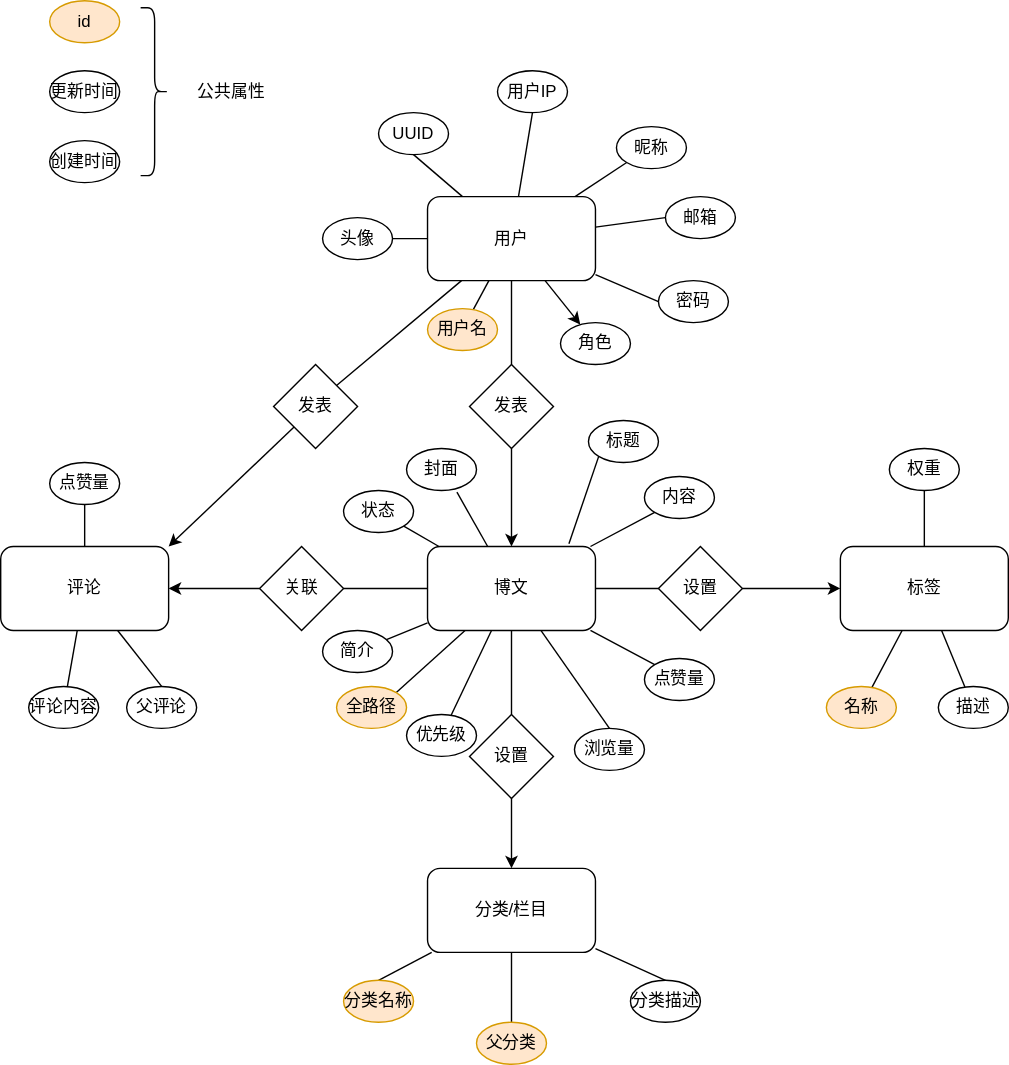
Before: blog/博客/draw/ER.drawio.svg, a diagram exported from draw.io (Estom/notes). Source tidied: cells renumbered, new cells last; positions are measured from the earlier drawing's top-left corner, leaving out a move shared by most shapes. Source of this version:
```xml
<mxGraphModel>
  <root>
    <mxCell id="0" />
    <mxCell id="1" parent="0" />
    <mxCell id="2" style="edgeStyle=none;html=1;entryX=0.5;entryY=0;entryDx=0;entryDy=0;startArrow=none;" parent="1" edge="1" source="50" target="29">
      <mxGeometry relative="1" as="geometry" />
    </mxCell>
    <mxCell id="3" style="edgeStyle=none;html=1;entryX=1;entryY=0;entryDx=0;entryDy=0;startArrow=none;" parent="1" edge="1" source="62" target="54">
      <mxGeometry relative="1" as="geometry" />
    </mxCell>
    <mxCell id="4" style="edgeStyle=none;html=1;entryX=0.5;entryY=1;entryDx=0;entryDy=0;endArrow=none;endFill=0;" parent="1" edge="1" source="12" target="42">
      <mxGeometry relative="1" as="geometry" />
    </mxCell>
    <mxCell id="5" style="edgeStyle=none;html=1;entryX=1;entryY=0.5;entryDx=0;entryDy=0;endArrow=none;endFill=0;" parent="1" edge="1" source="12" target="39">
      <mxGeometry relative="1" as="geometry" />
    </mxCell>
    <mxCell id="6" style="edgeStyle=none;html=1;entryX=0;entryY=0.5;entryDx=0;entryDy=0;endArrow=none;endFill=0;" parent="1" edge="1" source="12" target="15">
      <mxGeometry relative="1" as="geometry" />
    </mxCell>
    <mxCell id="7" style="edgeStyle=none;html=1;entryX=0;entryY=0.5;entryDx=0;entryDy=0;endArrow=none;endFill=0;" parent="1" edge="1" source="12" target="38">
      <mxGeometry relative="1" as="geometry" />
    </mxCell>
    <mxCell id="8" style="edgeStyle=none;html=1;entryX=0.5;entryY=1;entryDx=0;entryDy=0;endArrow=none;endFill=0;" parent="1" edge="1" source="12" target="75">
      <mxGeometry relative="1" as="geometry" />
    </mxCell>
    <mxCell id="9" style="edgeStyle=none;html=1;entryX=0;entryY=1;entryDx=0;entryDy=0;endArrow=none;endFill=0;" parent="1" edge="1" source="12" target="14">
      <mxGeometry relative="1" as="geometry" />
    </mxCell>
    <mxCell id="10" style="edgeStyle=none;html=1;" parent="1" edge="1" source="12" target="76">
      <mxGeometry relative="1" as="geometry" />
    </mxCell>
    <mxCell id="11" style="edgeStyle=none;html=1;endArrow=none;endFill=0;" parent="1" edge="1" source="12" target="81">
      <mxGeometry relative="1" as="geometry" />
    </mxCell>
    <mxCell id="12" value="用户" style="rounded=1;whiteSpace=wrap;html=1;" parent="1" vertex="1">
      <mxGeometry x="305" y="140" width="120" height="60" as="geometry" />
    </mxCell>
    <mxCell id="13" value="id" style="ellipse;whiteSpace=wrap;html=1;fillColor=#ffe6cc;strokeColor=#d79b00;fillStyle=auto;" parent="1" vertex="1">
      <mxGeometry x="35" width="50" height="30" as="geometry" />
    </mxCell>
    <mxCell id="14" value="昵称" style="ellipse;whiteSpace=wrap;html=1;" parent="1" vertex="1">
      <mxGeometry x="440" y="90" width="50" height="30" as="geometry" />
    </mxCell>
    <mxCell id="15" value="邮箱" style="ellipse;whiteSpace=wrap;html=1;" parent="1" vertex="1">
      <mxGeometry x="475" y="140" width="50" height="30" as="geometry" />
    </mxCell>
    <mxCell id="16" style="edgeStyle=none;html=1;startArrow=none;" parent="1" edge="1" source="56" target="37">
      <mxGeometry relative="1" as="geometry" />
    </mxCell>
    <mxCell id="17" style="edgeStyle=none;html=1;startArrow=none;" parent="1" edge="1" source="58" target="33">
      <mxGeometry relative="1" as="geometry" />
    </mxCell>
    <mxCell id="18" style="edgeStyle=none;html=1;entryX=1;entryY=0.5;entryDx=0;entryDy=0;startArrow=none;" parent="1" edge="1" source="60" target="54">
      <mxGeometry relative="1" as="geometry" />
    </mxCell>
    <mxCell id="19" style="edgeStyle=none;html=1;entryX=0.5;entryY=1;entryDx=0;entryDy=0;strokeColor=none;startArrow=none;" parent="1" edge="1" source="67">
      <mxGeometry relative="1" as="geometry">
        <mxPoint x="35" y="555" as="targetPoint" />
      </mxGeometry>
    </mxCell>
    <mxCell id="20" style="edgeStyle=none;html=1;exitX=0.842;exitY=-0.033;exitDx=0;exitDy=0;entryX=0;entryY=1;entryDx=0;entryDy=0;exitPerimeter=0;endArrow=none;endFill=0;" parent="1" edge="1" source="29" target="43">
      <mxGeometry relative="1" as="geometry" />
    </mxCell>
    <mxCell id="21" style="edgeStyle=none;html=1;entryX=0;entryY=0;entryDx=0;entryDy=0;endArrow=none;endFill=0;" parent="1" edge="1" source="29" target="45">
      <mxGeometry relative="1" as="geometry" />
    </mxCell>
    <mxCell id="22" style="edgeStyle=none;html=1;entryX=0.5;entryY=0;entryDx=0;entryDy=0;endArrow=none;endFill=0;" parent="1" edge="1" source="29" target="46">
      <mxGeometry relative="1" as="geometry" />
    </mxCell>
    <mxCell id="23" style="edgeStyle=none;html=1;endArrow=none;endFill=0;" parent="1" edge="1" source="29" target="47">
      <mxGeometry relative="1" as="geometry" />
    </mxCell>
    <mxCell id="24" style="edgeStyle=none;html=1;entryX=1;entryY=0;entryDx=0;entryDy=0;endArrow=none;endFill=0;" parent="1" edge="1" source="29" target="48">
      <mxGeometry relative="1" as="geometry" />
    </mxCell>
    <mxCell id="25" style="edgeStyle=none;html=1;entryX=0;entryY=1;entryDx=0;entryDy=0;endArrow=none;endFill=0;" parent="1" edge="1" source="29" target="44">
      <mxGeometry relative="1" as="geometry" />
    </mxCell>
    <mxCell id="26" style="edgeStyle=none;html=1;endArrow=none;endFill=0;" parent="1" edge="1" source="29" target="77">
      <mxGeometry relative="1" as="geometry" />
    </mxCell>
    <mxCell id="27" style="edgeStyle=none;html=1;endArrow=none;endFill=0;" parent="1" edge="1" source="29" target="80">
      <mxGeometry relative="1" as="geometry" />
    </mxCell>
    <mxCell id="28" style="edgeStyle=none;html=1;entryX=0.72;entryY=1.04;entryDx=0;entryDy=0;entryPerimeter=0;endArrow=none;endFill=0;" parent="1" edge="1" source="29" target="78">
      <mxGeometry relative="1" as="geometry" />
    </mxCell>
    <mxCell id="29" value="博文" style="rounded=1;whiteSpace=wrap;html=1;" parent="1" vertex="1">
      <mxGeometry x="305" y="390" width="120" height="60" as="geometry" />
    </mxCell>
    <mxCell id="30" style="edgeStyle=none;html=1;entryX=0.5;entryY=0;entryDx=0;entryDy=0;endArrow=none;endFill=0;" parent="1" edge="1" source="33" target="70">
      <mxGeometry relative="1" as="geometry" />
    </mxCell>
    <mxCell id="31" style="edgeStyle=none;html=1;entryX=0.5;entryY=0;entryDx=0;entryDy=0;endArrow=none;endFill=0;" parent="1" edge="1" source="33" target="69">
      <mxGeometry relative="1" as="geometry" />
    </mxCell>
    <mxCell id="32" style="edgeStyle=none;html=1;entryX=0.5;entryY=0;entryDx=0;entryDy=0;endArrow=none;endFill=0;" parent="1" edge="1" source="33" target="68">
      <mxGeometry relative="1" as="geometry" />
    </mxCell>
    <mxCell id="33" value="分类/栏目" style="rounded=1;whiteSpace=wrap;html=1;" parent="1" vertex="1">
      <mxGeometry x="305" y="620" width="120" height="60" as="geometry" />
    </mxCell>
    <mxCell id="34" style="edgeStyle=none;html=1;endArrow=none;endFill=0;" parent="1" edge="1" source="37" target="71">
      <mxGeometry relative="1" as="geometry" />
    </mxCell>
    <mxCell id="35" style="edgeStyle=none;html=1;endArrow=none;endFill=0;" parent="1" edge="1" source="37" target="72">
      <mxGeometry relative="1" as="geometry" />
    </mxCell>
    <mxCell id="36" style="edgeStyle=none;html=1;endArrow=none;endFill=0;" parent="1" edge="1" source="37" target="73">
      <mxGeometry relative="1" as="geometry" />
    </mxCell>
    <mxCell id="37" value="标签" style="rounded=1;whiteSpace=wrap;html=1;" parent="1" vertex="1">
      <mxGeometry x="600" y="390" width="120" height="60" as="geometry" />
    </mxCell>
    <mxCell id="38" value="密码" style="ellipse;whiteSpace=wrap;html=1;" parent="1" vertex="1">
      <mxGeometry x="470" y="200" width="50" height="30" as="geometry" />
    </mxCell>
    <mxCell id="39" value="头像" style="ellipse;whiteSpace=wrap;html=1;" parent="1" vertex="1">
      <mxGeometry x="230" y="155" width="50" height="30" as="geometry" />
    </mxCell>
    <mxCell id="40" value="创建时间" style="ellipse;whiteSpace=wrap;html=1;" parent="1" vertex="1">
      <mxGeometry x="35" y="100" width="50" height="30" as="geometry" />
    </mxCell>
    <mxCell id="41" value="更新时间" style="ellipse;whiteSpace=wrap;html=1;" parent="1" vertex="1">
      <mxGeometry x="35" y="50" width="50" height="30" as="geometry" />
    </mxCell>
    <mxCell id="42" value="用户IP" style="ellipse;whiteSpace=wrap;html=1;" parent="1" vertex="1">
      <mxGeometry x="355" y="50" width="50" height="30" as="geometry" />
    </mxCell>
    <mxCell id="43" value="标题" style="ellipse;whiteSpace=wrap;html=1;" parent="1" vertex="1">
      <mxGeometry x="420" y="300" width="50" height="30" as="geometry" />
    </mxCell>
    <mxCell id="44" value="内容" style="ellipse;whiteSpace=wrap;html=1;" parent="1" vertex="1">
      <mxGeometry x="460" y="340" width="50" height="30" as="geometry" />
    </mxCell>
    <mxCell id="45" value="点赞量" style="ellipse;whiteSpace=wrap;html=1;" parent="1" vertex="1">
      <mxGeometry x="460" y="470" width="50" height="30" as="geometry" />
    </mxCell>
    <mxCell id="46" value="浏览量" style="ellipse;whiteSpace=wrap;html=1;" parent="1" vertex="1">
      <mxGeometry x="410" y="520" width="50" height="30" as="geometry" />
    </mxCell>
    <mxCell id="47" value="优先级" style="ellipse;whiteSpace=wrap;html=1;" parent="1" vertex="1">
      <mxGeometry x="290" y="510" width="50" height="30" as="geometry" />
    </mxCell>
    <mxCell id="48" value="全路径" style="ellipse;whiteSpace=wrap;html=1;fillColor=#ffe6cc;strokeColor=#d79b00;" parent="1" vertex="1">
      <mxGeometry x="240" y="490" width="50" height="30" as="geometry" />
    </mxCell>
    <mxCell id="49" style="edgeStyle=none;html=1;entryX=0.5;entryY=0;entryDx=0;entryDy=0;endArrow=none;" parent="1" edge="1" source="12" target="50">
      <mxGeometry relative="1" as="geometry" />
    </mxCell>
    <mxCell id="50" value="发表" style="rhombus;whiteSpace=wrap;html=1;" parent="1" vertex="1">
      <mxGeometry x="335" y="260" width="60" height="60" as="geometry" />
    </mxCell>
    <mxCell id="51" style="edgeStyle=none;html=1;endArrow=none;endFill=0;" parent="1" edge="1" source="54" target="74">
      <mxGeometry relative="1" as="geometry" />
    </mxCell>
    <mxCell id="52" style="edgeStyle=none;html=1;endArrow=none;endFill=0;" parent="1" edge="1" source="54" target="65">
      <mxGeometry relative="1" as="geometry" />
    </mxCell>
    <mxCell id="53" style="edgeStyle=none;html=1;entryX=0.5;entryY=0;entryDx=0;entryDy=0;endArrow=none;endFill=0;" parent="1" edge="1" source="54" target="67">
      <mxGeometry relative="1" as="geometry" />
    </mxCell>
    <mxCell id="54" value="评论" style="rounded=1;whiteSpace=wrap;html=1;" parent="1" vertex="1">
      <mxGeometry y="390" width="120" height="60" as="geometry" />
    </mxCell>
    <mxCell id="55" style="edgeStyle=none;html=1;endArrow=none;" parent="1" edge="1" source="29" target="56">
      <mxGeometry relative="1" as="geometry" />
    </mxCell>
    <mxCell id="56" value="设置" style="rhombus;whiteSpace=wrap;html=1;" parent="1" vertex="1">
      <mxGeometry x="470" y="390" width="60" height="60" as="geometry" />
    </mxCell>
    <mxCell id="57" style="edgeStyle=none;html=1;endArrow=none;" parent="1" edge="1" source="29" target="58">
      <mxGeometry relative="1" as="geometry" />
    </mxCell>
    <mxCell id="58" value="设置" style="rhombus;whiteSpace=wrap;html=1;" parent="1" vertex="1">
      <mxGeometry x="335" y="510" width="60" height="60" as="geometry" />
    </mxCell>
    <mxCell id="59" style="edgeStyle=none;html=1;entryX=1;entryY=0.5;entryDx=0;entryDy=0;endArrow=none;" parent="1" edge="1" source="29" target="60">
      <mxGeometry relative="1" as="geometry" />
    </mxCell>
    <mxCell id="60" value="关联" style="rhombus;whiteSpace=wrap;html=1;" parent="1" vertex="1">
      <mxGeometry x="185" y="390" width="60" height="60" as="geometry" />
    </mxCell>
    <mxCell id="61" style="edgeStyle=none;html=1;entryX=1;entryY=0;entryDx=0;entryDy=0;endArrow=none;" parent="1" edge="1" source="12" target="62">
      <mxGeometry relative="1" as="geometry" />
    </mxCell>
    <mxCell id="62" value="发表" style="rhombus;whiteSpace=wrap;html=1;" parent="1" vertex="1">
      <mxGeometry x="195" y="260" width="60" height="60" as="geometry" />
    </mxCell>
    <mxCell id="63" style="shape=curlyBracket;whiteSpace=wrap;html=1;rounded=1;flipH=1;labelPosition=right;verticalLabelPosition=middle;align=left;verticalAlign=middle;fillStyle=auto;" parent="1" vertex="1">
      <mxGeometry x="100" y="5" width="20" height="120" as="geometry" />
    </mxCell>
    <mxCell id="64" value="公共属性" style="text;html=1;strokeColor=none;fillColor=none;align=center;verticalAlign=middle;whiteSpace=wrap;rounded=0;fillStyle=auto;" parent="1" vertex="1">
      <mxGeometry x="135" y="50" width="60" height="30" as="geometry" />
    </mxCell>
    <mxCell id="65" value="评论内容" style="ellipse;whiteSpace=wrap;html=1;" parent="1" vertex="1">
      <mxGeometry x="20" y="490" width="50" height="30" as="geometry" />
    </mxCell>
    <mxCell id="66" style="edgeStyle=none;html=1;entryX=0.5;entryY=1;entryDx=0;entryDy=0;strokeColor=none;endArrow=none;startArrow=none;" parent="1" edge="1" source="80" target="67">
      <mxGeometry relative="1" as="geometry" />
    </mxCell>
    <mxCell id="67" value="父评论" style="ellipse;whiteSpace=wrap;html=1;" parent="1" vertex="1">
      <mxGeometry x="90" y="490" width="50" height="30" as="geometry" />
    </mxCell>
    <mxCell id="68" value="分类名称" style="ellipse;whiteSpace=wrap;html=1;fillColor=#ffe6cc;strokeColor=#d79b00;" parent="1" vertex="1">
      <mxGeometry x="245" y="700" width="50" height="30" as="geometry" />
    </mxCell>
    <mxCell id="69" value="父分类" style="ellipse;whiteSpace=wrap;html=1;fillColor=#ffe6cc;strokeColor=#d79b00;" parent="1" vertex="1">
      <mxGeometry x="340" y="730" width="50" height="30" as="geometry" />
    </mxCell>
    <mxCell id="70" value="分类描述" style="ellipse;whiteSpace=wrap;html=1;" parent="1" vertex="1">
      <mxGeometry x="450" y="700" width="50" height="30" as="geometry" />
    </mxCell>
    <mxCell id="71" value="名称" style="ellipse;whiteSpace=wrap;html=1;fillColor=#ffe6cc;strokeColor=#d79b00;" parent="1" vertex="1">
      <mxGeometry x="590" y="490" width="50" height="30" as="geometry" />
    </mxCell>
    <mxCell id="72" value="描述" style="ellipse;whiteSpace=wrap;html=1;" parent="1" vertex="1">
      <mxGeometry x="670" y="490" width="50" height="30" as="geometry" />
    </mxCell>
    <mxCell id="73" value="权重" style="ellipse;whiteSpace=wrap;html=1;" parent="1" vertex="1">
      <mxGeometry x="635" y="320" width="50" height="30" as="geometry" />
    </mxCell>
    <mxCell id="74" value="点赞量" style="ellipse;whiteSpace=wrap;html=1;" parent="1" vertex="1">
      <mxGeometry x="35" y="330" width="50" height="30" as="geometry" />
    </mxCell>
    <mxCell id="75" value="UUID" style="ellipse;whiteSpace=wrap;html=1;" parent="1" vertex="1">
      <mxGeometry x="270" y="80" width="50" height="30" as="geometry" />
    </mxCell>
    <mxCell id="76" value="角色" style="ellipse;whiteSpace=wrap;html=1;" parent="1" vertex="1">
      <mxGeometry x="400" y="230" width="50" height="30" as="geometry" />
    </mxCell>
    <mxCell id="77" value="状态" style="ellipse;whiteSpace=wrap;html=1;" parent="1" vertex="1">
      <mxGeometry x="245" y="350" width="50" height="30" as="geometry" />
    </mxCell>
    <mxCell id="78" value="封面" style="ellipse;whiteSpace=wrap;html=1;" parent="1" vertex="1">
      <mxGeometry x="290" y="320" width="50" height="30" as="geometry" />
    </mxCell>
    <mxCell id="79" style="edgeStyle=none;html=1;entryX=0.5;entryY=1;entryDx=0;entryDy=0;strokeColor=none;endArrow=none;" parent="1" edge="1" source="29" target="80">
      <mxGeometry relative="1" as="geometry" />
    </mxCell>
    <mxCell id="80" value="简介" style="ellipse;whiteSpace=wrap;html=1;" parent="1" vertex="1">
      <mxGeometry x="230" y="450" width="50" height="30" as="geometry" />
    </mxCell>
    <mxCell id="81" value="用户名" style="ellipse;whiteSpace=wrap;html=1;fillColor=#ffe6cc;strokeColor=#d79b00;" parent="1" vertex="1">
      <mxGeometry x="305" y="220" width="50" height="30" as="geometry" />
    </mxCell>
  </root>
</mxGraphModel>
```
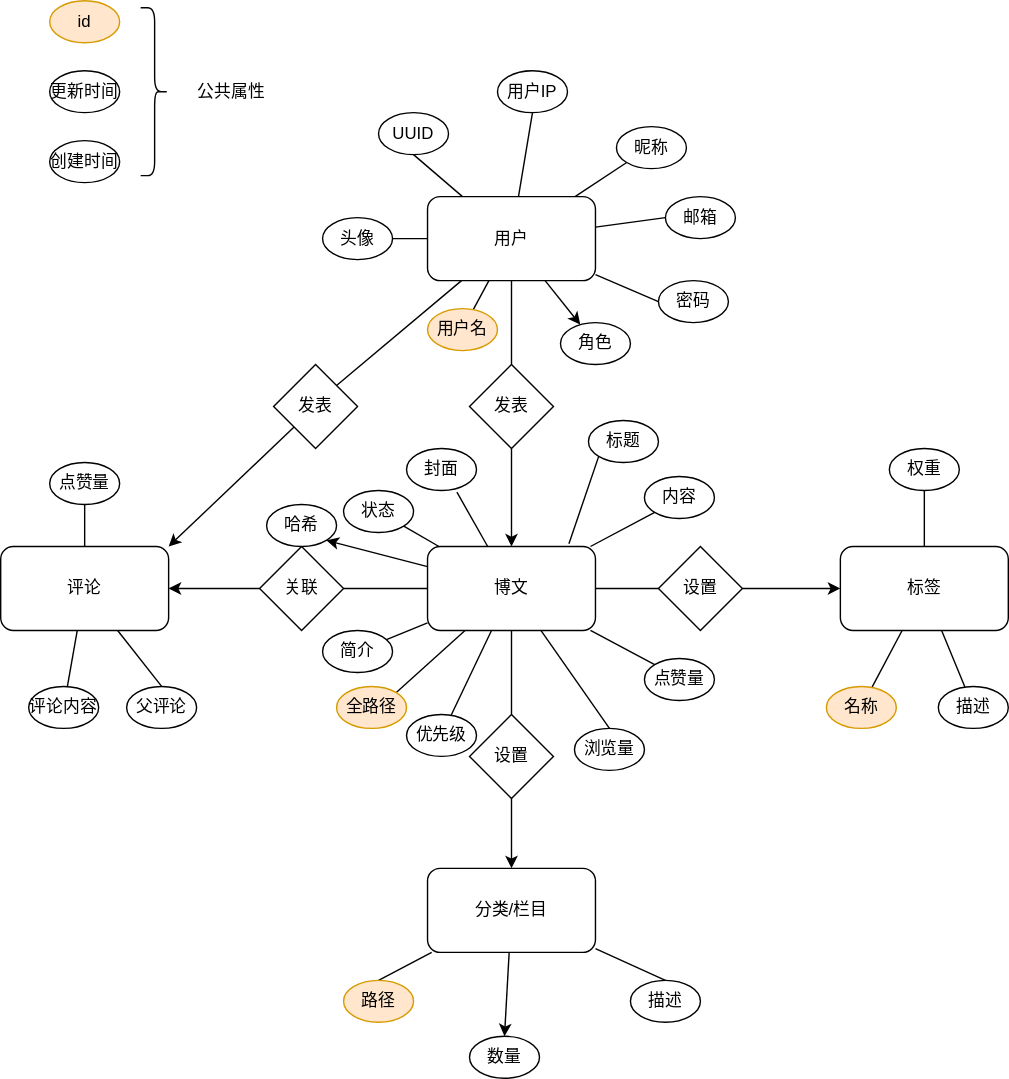
After the change.

The edit, as a diff of the source:
```diff
@@ -85,18 +85,21 @@
     <mxCell id="28" style="edgeStyle=none;html=1;entryX=0.72;entryY=1.04;entryDx=0;entryDy=0;entryPerimeter=0;endArrow=none;endFill=0;" parent="1" edge="1" source="29" target="78">
       <mxGeometry relative="1" as="geometry" />
     </mxCell>
+    <mxCell id="82" style="edgeStyle=none;html=1;entryX=1;entryY=1;entryDx=0;entryDy=0;" parent="1" edge="1" source="29" target="84">
+      <mxGeometry relative="1" as="geometry" />
+    </mxCell>
     <mxCell id="29" value="博文" style="rounded=1;whiteSpace=wrap;html=1;" parent="1" vertex="1">
       <mxGeometry x="305" y="390" width="120" height="60" as="geometry" />
     </mxCell>
     <mxCell id="30" style="edgeStyle=none;html=1;entryX=0.5;entryY=0;entryDx=0;entryDy=0;endArrow=none;endFill=0;" parent="1" edge="1" source="33" target="70">
       <mxGeometry relative="1" as="geometry" />
     </mxCell>
-    <mxCell id="31" style="edgeStyle=none;html=1;entryX=0.5;entryY=0;entryDx=0;entryDy=0;endArrow=none;endFill=0;" parent="1" edge="1" source="33" target="69">
-      <mxGeometry relative="1" as="geometry" />
-    </mxCell>
     <mxCell id="32" style="edgeStyle=none;html=1;entryX=0.5;entryY=0;entryDx=0;entryDy=0;endArrow=none;endFill=0;" parent="1" edge="1" source="33" target="68">
       <mxGeometry relative="1" as="geometry" />
     </mxCell>
+    <mxCell id="83" style="edgeStyle=none;html=1;entryX=0.5;entryY=0;entryDx=0;entryDy=0;" parent="1" edge="1" source="33" target="85">
+      <mxGeometry relative="1" as="geometry" />
+    </mxCell>
     <mxCell id="33" value="分类/栏目" style="rounded=1;whiteSpace=wrap;html=1;" parent="1" vertex="1">
       <mxGeometry x="305" y="620" width="120" height="60" as="geometry" />
     </mxCell>
@@ -202,13 +205,10 @@
     <mxCell id="67" value="父评论" style="ellipse;whiteSpace=wrap;html=1;" parent="1" vertex="1">
       <mxGeometry x="90" y="490" width="50" height="30" as="geometry" />
     </mxCell>
-    <mxCell id="68" value="分类名称" style="ellipse;whiteSpace=wrap;html=1;fillColor=#ffe6cc;strokeColor=#d79b00;" parent="1" vertex="1">
+    <mxCell id="68" value="路径" style="ellipse;whiteSpace=wrap;html=1;fillColor=#ffe6cc;strokeColor=#d79b00;" parent="1" vertex="1">
       <mxGeometry x="245" y="700" width="50" height="30" as="geometry" />
     </mxCell>
-    <mxCell id="69" value="父分类" style="ellipse;whiteSpace=wrap;html=1;fillColor=#ffe6cc;strokeColor=#d79b00;" parent="1" vertex="1">
-      <mxGeometry x="340" y="730" width="50" height="30" as="geometry" />
-    </mxCell>
-    <mxCell id="70" value="分类描述" style="ellipse;whiteSpace=wrap;html=1;" parent="1" vertex="1">
+    <mxCell id="70" value="描述" style="ellipse;whiteSpace=wrap;html=1;" parent="1" vertex="1">
       <mxGeometry x="450" y="700" width="50" height="30" as="geometry" />
     </mxCell>
     <mxCell id="71" value="名称" style="ellipse;whiteSpace=wrap;html=1;fillColor=#ffe6cc;strokeColor=#d79b00;" parent="1" vertex="1">
@@ -244,5 +244,11 @@
     <mxCell id="81" value="用户名" style="ellipse;whiteSpace=wrap;html=1;fillColor=#ffe6cc;strokeColor=#d79b00;" parent="1" vertex="1">
       <mxGeometry x="305" y="220" width="50" height="30" as="geometry" />
     </mxCell>
+    <mxCell id="84" value="哈希" style="ellipse;whiteSpace=wrap;html=1;" parent="1" vertex="1">
+      <mxGeometry x="190" y="360" width="50" height="30" as="geometry" />
+    </mxCell>
+    <mxCell id="85" value="数量" style="ellipse;whiteSpace=wrap;html=1;" parent="1" vertex="1">
+      <mxGeometry x="335" y="740" width="50" height="30" as="geometry" />
+    </mxCell>
   </root>
 </mxGraphModel>
```
